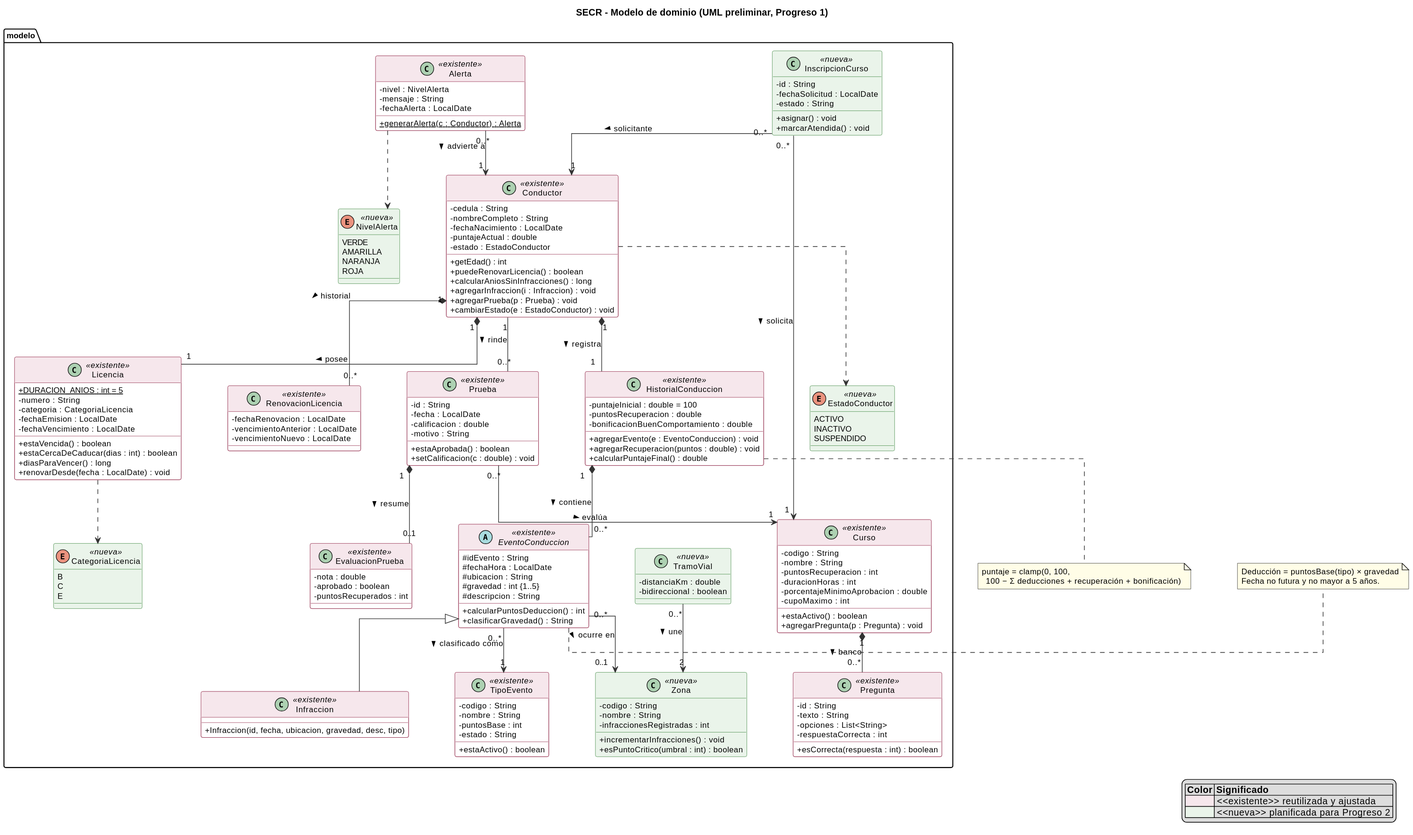
Earlier version of the PlantUML export docs/uml/01_modelo_dominio.svg (isam1725/SECR-Progreso1). Source of this version:
```plantuml
@startuml 01_modelo_dominio

skinparam classAttributeIconSize 0
skinparam shadowing false
skinparam linetype ortho
skinparam nodesep 70
skinparam ranksep 60
skinparam defaultFontName Arial
skinparam defaultFontSize 12
skinparam class {
  BackgroundColor #FFFFFF
  BorderColor #8C1D40
  ArrowColor #333333
  HeaderBackgroundColor #F6E7EC
}
skinparam class<<nueva>> {
  BackgroundColor #EAF4EA
  BorderColor #2E7D32
}
skinparam note {
  BackgroundColor #FFFDE7
  BorderColor #B8A200
}

title SECR - Modelo de dominio (UML preliminar, Progreso 1)

package "modelo" {

  enum EstadoConductor <<nueva>> {
    ACTIVO
    INACTIVO
    SUSPENDIDO
  }

  enum CategoriaLicencia <<nueva>> {
    B
    C
    E
  }

  enum NivelAlerta <<nueva>> {
    VERDE
    AMARILLA
    NARANJA
    ROJA
  }

  class Conductor <<existente>> {
    - cedula : String
    - nombreCompleto : String
    - fechaNacimiento : LocalDate
    - puntajeActual : double
    - estado : EstadoConductor
    + getEdad() : int
    + puedeRenovarLicencia() : boolean
    + calcularAniosSinInfracciones() : long
    + agregarInfraccion(i : Infraccion) : void
    + agregarPrueba(p : Prueba) : void
    + cambiarEstado(e : EstadoConductor) : void
  }

  class Licencia <<existente>> {
    + {static} DURACION_ANIOS : int = 5
    - numero : String
    - categoria : CategoriaLicencia
    - fechaEmision : LocalDate
    - fechaVencimiento : LocalDate
    + estaVencida() : boolean
    + estaCercaDeCaducar(dias : int) : boolean
    + diasParaVencer() : long
    + renovarDesde(fecha : LocalDate) : void
  }

  class RenovacionLicencia <<existente>> {
    - fechaRenovacion : LocalDate
    - vencimientoAnterior : LocalDate
    - vencimientoNuevo : LocalDate
  }

  class HistorialConduccion <<existente>> {
    - puntajeInicial : double = 100
    - puntosRecuperacion : double
    - bonificacionBuenComportamiento : double
    + agregarEvento(e : EventoConduccion) : void
    + agregarRecuperacion(puntos : double) : void
    + calcularPuntajeFinal() : double
  }

  abstract class EventoConduccion <<existente>> {
    # idEvento : String
    # fechaHora : LocalDate
    # ubicacion : String
    # gravedad : int {1..5}
    # descripcion : String
    + calcularPuntosDeduccion() : int
    + clasificarGravedad() : String
  }

  class Infraccion <<existente>> {
    + Infraccion(id, fecha, ubicacion, gravedad, desc, tipo)
  }

  class TipoEvento <<existente>> {
    - codigo : String
    - nombre : String
    - puntosBase : int
    - estado : String
    + estaActivo() : boolean
  }

  class Curso <<existente>> {
    - codigo : String
    - nombre : String
    - puntosRecuperacion : int
    - duracionHoras : int
    - porcentajeMinimoAprobacion : double
    - cupoMaximo : int
    + estaActivo() : boolean
    + agregarPregunta(p : Pregunta) : void
  }

  class Pregunta <<existente>> {
    - id : String
    - texto : String
    - opciones : List<String>
    - respuestaCorrecta : int
    + esCorrecta(respuesta : int) : boolean
  }

  class Prueba <<existente>> {
    - id : String
    - fecha : LocalDate
    - calificacion : double
    - motivo : String
    + estaAprobada() : boolean
    + setCalificacion(c : double) : void
  }

  class EvaluacionPrueba <<existente>> {
    - nota : double
    - aprobado : boolean
    - puntosRecuperados : int
  }

  class InscripcionCurso <<nueva>> {
    - id : String
    - fechaSolicitud : LocalDate
    - estado : String
    + asignar() : void
    + marcarAtendida() : void
  }

  class Zona <<nueva>> {
    - codigo : String
    - nombre : String
    - infraccionesRegistradas : int
    + incrementarInfracciones() : void
    + esPuntoCritico(umbral : int) : boolean
  }

  class TramoVial <<nueva>> {
    - distanciaKm : double
    - bidireccional : boolean
  }

  class Alerta <<existente>> {
    - nivel : NivelAlerta
    - mensaje : String
    - fechaAlerta : LocalDate
    + {static} generarAlerta(c : Conductor) : Alerta
  }
}

Conductor "1" *-- "1" Licencia : posee >
Conductor "1" *-- "1" HistorialConduccion : registra >
Conductor "1" *-- "0..*" RenovacionLicencia : historial >
HistorialConduccion "1" *-- "0..*" EventoConduccion : contiene >
EventoConduccion <|-- Infraccion
EventoConduccion "0..*" --> "1" TipoEvento : clasificado como >
Conductor "1" -- "0..*" Prueba : rinde >
Prueba "0..*" --> "1" Curso : evalúa >
Prueba "1" *-- "0..1" EvaluacionPrueba : resume >
Curso "1" *-- "0..*" Pregunta : banco >
InscripcionCurso "0..*" --> "1" Conductor : solicitante >
InscripcionCurso "0..*" --> "1" Curso : solicita >
Alerta "0..*" --> "1" Conductor : advierte a >
EventoConduccion "0..*" --> "0..1" Zona : ocurre en >
TramoVial "0..*" --> "2" Zona : une >
Conductor ..> EstadoConductor
Licencia ..> CategoriaLicencia
Alerta ..> NivelAlerta

note right of EventoConduccion
  Deducción = puntosBase(tipo) × gravedad
  Fecha no futura y no mayor a 5 años.
end note

note bottom of HistorialConduccion
  puntaje = clamp(0, 100,
    100 − Σ deducciones + recuperación + bonificación)
end note

legend right
  |= Color |= Significado |
  |<#F6E7EC>| <<existente>> reutilizada y ajustada |
  |<#EAF4EA>| <<nueva>> planificada para Progreso 2 |
endlegend
@enduml
```
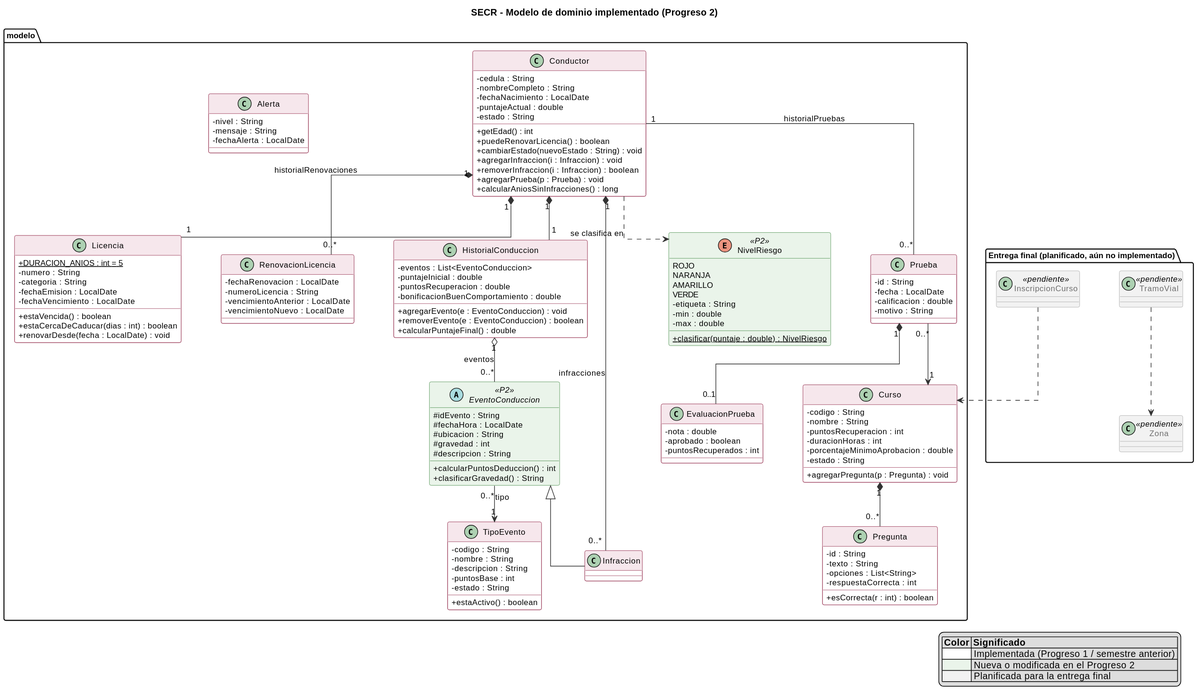
Above is the later version.

The edit, as a diff of the source:
```diff
@@ -1,10 +1,9 @@
 @startuml 01_modelo_dominio
-
 skinparam classAttributeIconSize 0
 skinparam shadowing false
 skinparam linetype ortho
-skinparam nodesep 70
-skinparam ranksep 60
+skinparam nodesep 60
+skinparam ranksep 55
 skinparam defaultFontName Arial
 skinparam defaultFontSize 12
 skinparam class {
@@ -13,196 +12,145 @@
   ArrowColor #333333
   HeaderBackgroundColor #F6E7EC
 }
-skinparam class<<nueva>> {
+skinparam class<<P2>> {
   BackgroundColor #EAF4EA
   BorderColor #2E7D32
 }
-skinparam note {
-  BackgroundColor #FFFDE7
-  BorderColor #B8A200
+skinparam class<<pendiente>> {
+  BackgroundColor #F2F2F2
+  BorderColor #9E9E9E
+  FontColor #6E6E6E
+  BorderStyle dashed
 }
-
-title SECR - Modelo de dominio (UML preliminar, Progreso 1)
+title SECR - Modelo de dominio implementado (Progreso 2)
 
 package "modelo" {
-
-  enum EstadoConductor <<nueva>> {
-    ACTIVO
-    INACTIVO
-    SUSPENDIDO
-  }
-
-  enum CategoriaLicencia <<nueva>> {
-    B
-    C
-    E
-  }
-
-  enum NivelAlerta <<nueva>> {
-    VERDE
-    AMARILLA
-    NARANJA
-    ROJA
-  }
-
-  class Conductor <<existente>> {
+  class Conductor {
     - cedula : String
     - nombreCompleto : String
     - fechaNacimiento : LocalDate
     - puntajeActual : double
-    - estado : EstadoConductor
+    - estado : String
     + getEdad() : int
     + puedeRenovarLicencia() : boolean
+    + cambiarEstado(nuevoEstado : String) : void
+    + agregarInfraccion(i : Infraccion) : void
+    + removerInfraccion(i : Infraccion) : boolean
+    + agregarPrueba(p : Prueba) : void
     + calcularAniosSinInfracciones() : long
-    + agregarInfraccion(i : Infraccion) : void
-    + agregarPrueba(p : Prueba) : void
-    + cambiarEstado(e : EstadoConductor) : void
   }
-
-  class Licencia <<existente>> {
+  class Licencia {
     + {static} DURACION_ANIOS : int = 5
     - numero : String
-    - categoria : CategoriaLicencia
+    - categoria : String
     - fechaEmision : LocalDate
     - fechaVencimiento : LocalDate
     + estaVencida() : boolean
     + estaCercaDeCaducar(dias : int) : boolean
-    + diasParaVencer() : long
     + renovarDesde(fecha : LocalDate) : void
   }
-
-  class RenovacionLicencia <<existente>> {
+  class RenovacionLicencia {
     - fechaRenovacion : LocalDate
+    - numeroLicencia : String
     - vencimientoAnterior : LocalDate
     - vencimientoNuevo : LocalDate
   }
-
-  class HistorialConduccion <<existente>> {
-    - puntajeInicial : double = 100
+  class HistorialConduccion {
+    - eventos : List<EventoConduccion>
+    - puntajeInicial : double
     - puntosRecuperacion : double
     - bonificacionBuenComportamiento : double
     + agregarEvento(e : EventoConduccion) : void
-    + agregarRecuperacion(puntos : double) : void
+    + removerEvento(e : EventoConduccion) : boolean
     + calcularPuntajeFinal() : double
   }
-
-  abstract class EventoConduccion <<existente>> {
+  abstract class EventoConduccion <<P2>> {
     # idEvento : String
     # fechaHora : LocalDate
     # ubicacion : String
-    # gravedad : int {1..5}
+    # gravedad : int
     # descripcion : String
     + calcularPuntosDeduccion() : int
     + clasificarGravedad() : String
   }
-
-  class Infraccion <<existente>> {
-    + Infraccion(id, fecha, ubicacion, gravedad, desc, tipo)
-  }
-
-  class TipoEvento <<existente>> {
+  class Infraccion
+  class TipoEvento {
     - codigo : String
     - nombre : String
+    - descripcion : String
     - puntosBase : int
     - estado : String
     + estaActivo() : boolean
   }
-
-  class Curso <<existente>> {
+  enum NivelRiesgo <<P2>> {
+    ROJO
+    NARANJA
+    AMARILLO
+    VERDE
+    - etiqueta : String
+    - min : double
+    - max : double
+    + {static} clasificar(puntaje : double) : NivelRiesgo
+  }
+  class Curso {
     - codigo : String
     - nombre : String
     - puntosRecuperacion : int
     - duracionHoras : int
     - porcentajeMinimoAprobacion : double
-    - cupoMaximo : int
-    + estaActivo() : boolean
+    - estado : String
     + agregarPregunta(p : Pregunta) : void
   }
-
-  class Pregunta <<existente>> {
+  class Pregunta {
     - id : String
     - texto : String
     - opciones : List<String>
     - respuestaCorrecta : int
-    + esCorrecta(respuesta : int) : boolean
+    + esCorrecta(r : int) : boolean
   }
-
-  class Prueba <<existente>> {
+  class Prueba {
     - id : String
     - fecha : LocalDate
     - calificacion : double
     - motivo : String
-    + estaAprobada() : boolean
-    + setCalificacion(c : double) : void
   }
-
-  class EvaluacionPrueba <<existente>> {
+  class EvaluacionPrueba {
     - nota : double
     - aprobado : boolean
     - puntosRecuperados : int
   }
-
-  class InscripcionCurso <<nueva>> {
-    - id : String
-    - fechaSolicitud : LocalDate
-    - estado : String
-    + asignar() : void
-    + marcarAtendida() : void
-  }
-
-  class Zona <<nueva>> {
-    - codigo : String
-    - nombre : String
-    - infraccionesRegistradas : int
-    + incrementarInfracciones() : void
-    + esPuntoCritico(umbral : int) : boolean
-  }
-
-  class TramoVial <<nueva>> {
-    - distanciaKm : double
-    - bidireccional : boolean
-  }
-
-  class Alerta <<existente>> {
-    - nivel : NivelAlerta
+  class Alerta {
+    - nivel : String
     - mensaje : String
     - fechaAlerta : LocalDate
-    + {static} generarAlerta(c : Conductor) : Alerta
   }
 }
 
-Conductor "1" *-- "1" Licencia : posee >
-Conductor "1" *-- "1" HistorialConduccion : registra >
-Conductor "1" *-- "0..*" RenovacionLicencia : historial >
-HistorialConduccion "1" *-- "0..*" EventoConduccion : contiene >
+package "Entrega final (planificado, aún no implementado)" {
+  class InscripcionCurso <<pendiente>>
+  class Zona <<pendiente>>
+  class TramoVial <<pendiente>>
+}
+
+Conductor "1" *-- "1" Licencia
+Conductor "1" *-- "1" HistorialConduccion
+Conductor "1" *-- "0..*" RenovacionLicencia : historialRenovaciones
+Conductor "1" *-- "0..*" Infraccion : infracciones
+HistorialConduccion "1" o-- "0..*" EventoConduccion : eventos
 EventoConduccion <|-- Infraccion
-EventoConduccion "0..*" --> "1" TipoEvento : clasificado como >
-Conductor "1" -- "0..*" Prueba : rinde >
-Prueba "0..*" --> "1" Curso : evalúa >
-Prueba "1" *-- "0..1" EvaluacionPrueba : resume >
-Curso "1" *-- "0..*" Pregunta : banco >
-InscripcionCurso "0..*" --> "1" Conductor : solicitante >
-InscripcionCurso "0..*" --> "1" Curso : solicita >
-Alerta "0..*" --> "1" Conductor : advierte a >
-EventoConduccion "0..*" --> "0..1" Zona : ocurre en >
-TramoVial "0..*" --> "2" Zona : une >
-Conductor ..> EstadoConductor
-Licencia ..> CategoriaLicencia
-Alerta ..> NivelAlerta
-
-note right of EventoConduccion
-  Deducción = puntosBase(tipo) × gravedad
-  Fecha no futura y no mayor a 5 años.
-end note
-
-note bottom of HistorialConduccion
-  puntaje = clamp(0, 100,
-    100 − Σ deducciones + recuperación + bonificación)
-end note
+EventoConduccion "0..*" --> "1" TipoEvento : tipo
+Conductor "1" -- "0..*" Prueba : historialPruebas
+Prueba "0..*" --> "1" Curso
+Prueba "1" *-- "0..1" EvaluacionPrueba
+Curso "1" *-- "0..*" Pregunta
+Conductor ..> NivelRiesgo : se clasifica en
+InscripcionCurso ..> Curso
+TramoVial ..> Zona
 
 legend right
   |= Color |= Significado |
-  |<#F6E7EC>| <<existente>> reutilizada y ajustada |
-  |<#EAF4EA>| <<nueva>> planificada para Progreso 2 |
+  |<#FFFFFF>| Implementada (Progreso 1 / semestre anterior) |
+  |<#EAF4EA>| Nueva o modificada en el Progreso 2 |
+  |<#F2F2F2>| Planificada para la entrega final |
 endlegend
 @enduml
```
